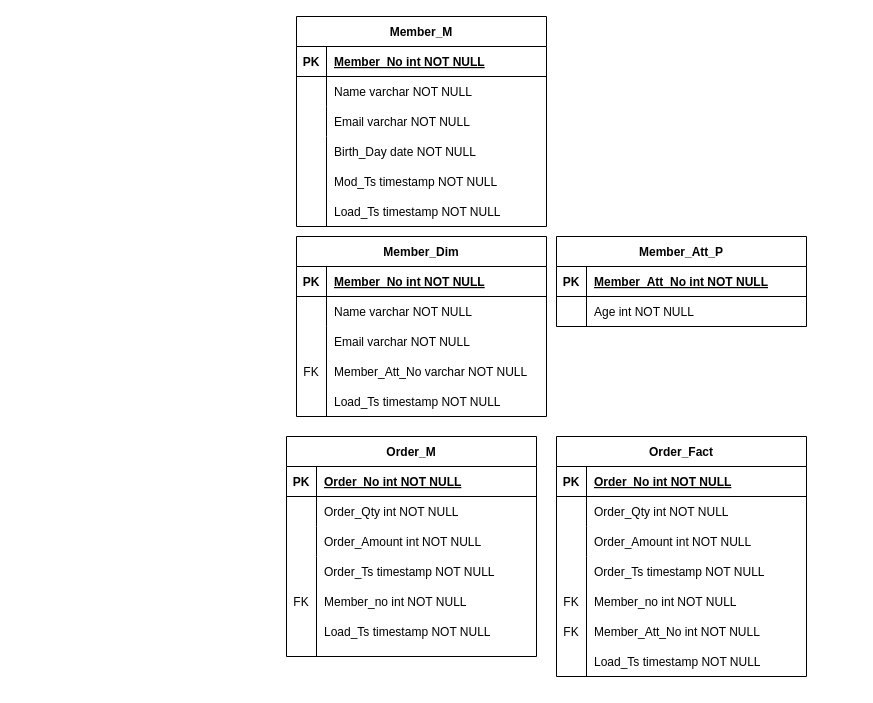
Gbuum/dw-pj keeps this draw.io diagram as DW-pj.drawio. Above is the earlier version. Source tidied: cells renumbered, new cells numbered last; positions are measured from the earlier drawing's top-left corner, leaving out a move shared by most shapes. Both pictures are drawn from the tidied source at 100%, with x=0, y=0 at pixel (286, 16).
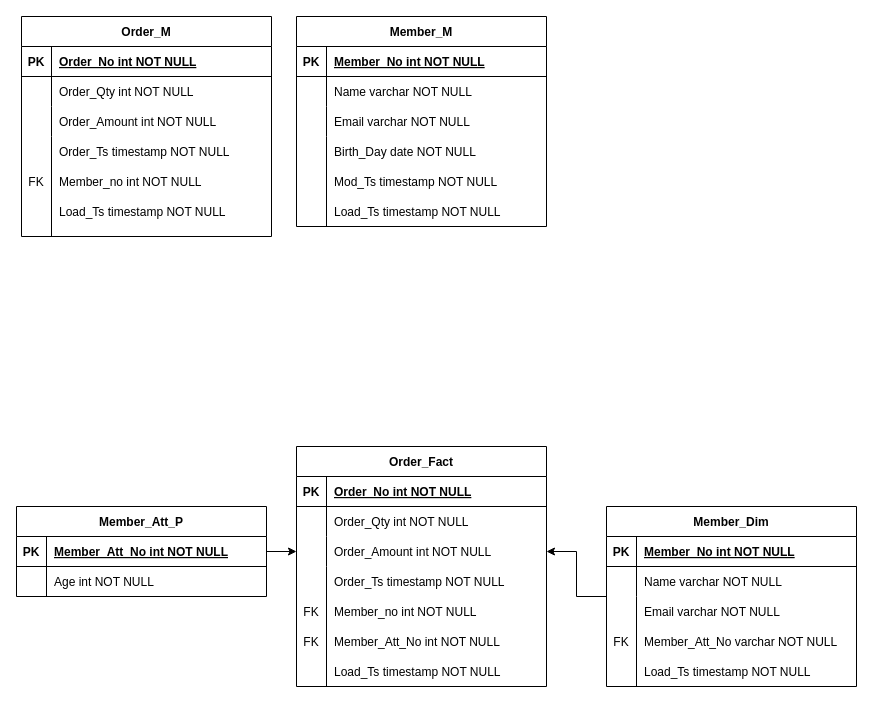
After the change.

Unchanged cells that the change refers to:
```xml
<mxCell id="26" style="shape=partialRectangle;fillColor=none;points=[[0,0.5],[1,0.5]];portConstraint=eastwest;top=0;left=0;right=0;bottom=1;" parent="25" vertex="1">
  <mxGeometry y="30" width="250" height="30" as="geometry" />
</mxCell>
<mxCell id="39" style="shape=partialRectangle;fillColor=none;points=[[0,0.5],[1,0.5]];portConstraint=eastwest;top=0;left=0;right=0;bottom=0;" parent="32" vertex="1">
  <mxGeometry y="90" width="250" height="30" as="geometry" />
</mxCell>
```

Diff of the diagram source:
```diff
@@
+    <mxCell id="67" style="edgeStyle=orthogonalEdgeStyle;rounded=0;jettySize=auto;html=1;" parent="1" edge="1" source="15" target="39">
+      <mxGeometry relative="1" as="geometry" />
+    </mxCell>
     <mxCell id="15" value="Member_Dim" style="shape=table;startSize=30;childLayout=tableLayout;rowLines=0;fontStyle=1;align=center;" parent="1" vertex="1">
-      <mxGeometry x="10" y="220" width="250" height="180" as="geometry" />
+      <mxGeometry x="320" y="490" width="250" height="180" as="geometry" />
     </mxCell>
@@
     <mxCell id="22" style="endArrow=none;html=1;rounded=0;" parent="1" edge="1">
       <mxGeometry relative="1" as="geometry">
-        <mxPoint x="40" y="400" as="sourcePoint" />
-        <mxPoint x="40" y="310" as="targetPoint" />
+        <mxPoint x="350" y="670" as="sourcePoint" />
+        <mxPoint x="350" y="580" as="targetPoint" />
       </mxGeometry>
     </mxCell>
     <mxCell id="23" value="Load_Ts timestamp NOT NULL" style="shape=partialRectangle;overflow=hidden;fillColor=none;top=0;left=0;bottom=0;right=0;align=left;spacingLeft=6;" parent="1" vertex="1">
-      <mxGeometry x="40" y="370" width="220" height="30" as="geometry" />
+      <mxGeometry x="350" y="640" width="220" height="30" as="geometry" />
     </mxCell>
     <mxCell id="24" value="Email varchar NOT NULL" style="shape=partialRectangle;overflow=hidden;fillColor=none;top=0;left=0;bottom=0;right=0;align=left;spacingLeft=6;" parent="1" vertex="1">
-      <mxGeometry x="40" y="310" width="220" height="30" as="geometry" />
+      <mxGeometry x="350" y="580" width="220" height="30" as="geometry" />
     </mxCell>
     <mxCell id="25" value="Member_Att_P" style="shape=table;startSize=30;childLayout=tableLayout;rowLines=0;fontStyle=1;align=center;" parent="1" vertex="1">
-      <mxGeometry x="270" y="220" width="250" height="90" as="geometry" />
+      <mxGeometry x="-270" y="490" width="250" height="90" as="geometry" />
     </mxCell>
@@
     <mxCell id="32" value="Order_Fact" style="shape=table;startSize=30;childLayout=tableLayout;rowLines=0;fontStyle=1;align=center;" parent="1" vertex="1">
-      <mxGeometry x="270" y="420" width="250" height="240" as="geometry" />
+      <mxGeometry x="10" y="430" width="250" height="240" as="geometry" />
     </mxCell>
@@
     <mxCell id="42" style="endArrow=none;html=1;rounded=0;" parent="1" edge="1">
       <mxGeometry relative="1" as="geometry">
-        <mxPoint x="300" y="660" as="sourcePoint" />
-        <mxPoint x="300" y="540" as="targetPoint" />
+        <mxPoint x="40" y="670" as="sourcePoint" />
+        <mxPoint x="40" y="550" as="targetPoint" />
       </mxGeometry>
     </mxCell>
     <mxCell id="43" value="Member_Att_No int NOT NULL" style="shape=partialRectangle;overflow=hidden;fillColor=none;top=0;left=0;bottom=0;right=0;align=left;spacingLeft=6;" parent="1" vertex="1">
-      <mxGeometry x="300" y="600" width="220" height="30" as="geometry" />
+      <mxGeometry x="40" y="610" width="220" height="30" as="geometry" />
     </mxCell>
     <mxCell id="44" value="Order_Ts timestamp NOT NULL" style="shape=partialRectangle;overflow=hidden;fillColor=none;top=0;left=0;bottom=0;right=0;align=left;spacingLeft=6;" parent="1" vertex="1">
-      <mxGeometry x="300" y="540" width="220" height="30" as="geometry" />
+      <mxGeometry x="40" y="550" width="220" height="30" as="geometry" />
     </mxCell>
     <mxCell id="45" value="Member_no int NOT NULL" style="shape=partialRectangle;overflow=hidden;fillColor=none;top=0;left=0;bottom=0;right=0;align=left;spacingLeft=6;" parent="1" vertex="1">
-      <mxGeometry x="300" y="570" width="220" height="30" as="geometry" />
+      <mxGeometry x="40" y="580" width="220" height="30" as="geometry" />
     </mxCell>
     <mxCell id="46" value="Load_Ts timestamp NOT NULL" style="shape=partialRectangle;overflow=hidden;fillColor=none;top=0;left=0;bottom=0;right=0;align=left;spacingLeft=6;" parent="1" vertex="1">
-      <mxGeometry x="300" y="630" width="220" height="30" as="geometry" />
+      <mxGeometry x="40" y="640" width="220" height="30" as="geometry" />
     </mxCell>
     <mxCell id="47" value="Member_Att_No varchar NOT NULL" style="shape=partialRectangle;overflow=hidden;fillColor=none;top=0;left=0;bottom=0;right=0;align=left;spacingLeft=6;" parent="1" vertex="1">
-      <mxGeometry x="40" y="340" width="220" height="30" as="geometry" />
+      <mxGeometry x="350" y="610" width="220" height="30" as="geometry" />
     </mxCell>
     <mxCell id="48" value="FK" style="shape=partialRectangle;overflow=hidden;fillColor=none;top=0;left=0;bottom=0;right=0;fontStyle=0;" parent="1" vertex="1">
-      <mxGeometry x="10" y="340" width="30" height="30" as="geometry" />
+      <mxGeometry x="320" y="610" width="30" height="30" as="geometry" />
     </mxCell>
@@
     <mxCell id="50" value="Order_M" style="shape=table;startSize=30;childLayout=tableLayout;rowLines=0;fontStyle=1;align=center;" parent="1" vertex="1">
-      <mxGeometry y="420" width="250" height="220" as="geometry" />
+      <mxGeometry x="-265" width="250" height="220" as="geometry" />
     </mxCell>
@@
     <mxCell id="60" style="endArrow=none;html=1;rounded=0;" parent="1" edge="1">
       <mxGeometry relative="1" as="geometry">
-        <mxPoint x="30" y="640" as="sourcePoint" />
-        <mxPoint x="30" y="540" as="targetPoint" />
+        <mxPoint x="-235" y="220" as="sourcePoint" />
+        <mxPoint x="-235" y="120" as="targetPoint" />
       </mxGeometry>
     </mxCell>
     <mxCell id="61" value="Order_Ts timestamp NOT NULL" style="shape=partialRectangle;overflow=hidden;fillColor=none;top=0;left=0;bottom=0;right=0;align=left;spacingLeft=6;" parent="1" vertex="1">
-      <mxGeometry x="30" y="540" width="220" height="30" as="geometry" />
+      <mxGeometry x="-235" y="120" width="220" height="30" as="geometry" />
     </mxCell>
     <mxCell id="62" value="Member_no int NOT NULL" style="shape=partialRectangle;overflow=hidden;fillColor=none;top=0;left=0;bottom=0;right=0;align=left;spacingLeft=6;" parent="1" vertex="1">
-      <mxGeometry x="30" y="570" width="220" height="30" as="geometry" />
+      <mxGeometry x="-235" y="150" width="220" height="30" as="geometry" />
     </mxCell>
     <mxCell id="63" value="Load_Ts timestamp NOT NULL" style="shape=partialRectangle;overflow=hidden;fillColor=none;top=0;left=0;bottom=0;right=0;align=left;spacingLeft=6;" parent="1" vertex="1">
-      <mxGeometry x="30" y="600" width="220" height="30" as="geometry" />
+      <mxGeometry x="-235" y="180" width="220" height="30" as="geometry" />
     </mxCell>
     <mxCell id="64" value="FK" style="shape=partialRectangle;overflow=hidden;fillColor=none;top=0;left=0;bottom=0;right=0;fontStyle=0;" parent="1" vertex="1">
-      <mxGeometry y="570" width="30" height="30" as="geometry" />
+      <mxGeometry x="-265" y="150" width="30" height="30" as="geometry" />
     </mxCell>
     <mxCell id="65" value="FK" style="shape=partialRectangle;overflow=hidden;fillColor=none;top=0;left=0;bottom=0;right=0;fontStyle=0;" parent="1" vertex="1">
-      <mxGeometry x="270" y="570" width="30" height="30" as="geometry" />
+      <mxGeometry x="10" y="580" width="30" height="30" as="geometry" />
     </mxCell>
     <mxCell id="66" value="FK" style="shape=partialRectangle;overflow=hidden;fillColor=none;top=0;left=0;bottom=0;right=0;fontStyle=0;" parent="1" vertex="1">
-      <mxGeometry x="270" y="600" width="30" height="30" as="geometry" />
+      <mxGeometry x="10" y="610" width="30" height="30" as="geometry" />
     </mxCell>
+    <mxCell id="68" style="edgeStyle=orthogonalEdgeStyle;rounded=0;jettySize=auto;html=1;" parent="1" edge="1" source="26" target="39">
+      <mxGeometry relative="1" as="geometry" />
+    </mxCell>
```
